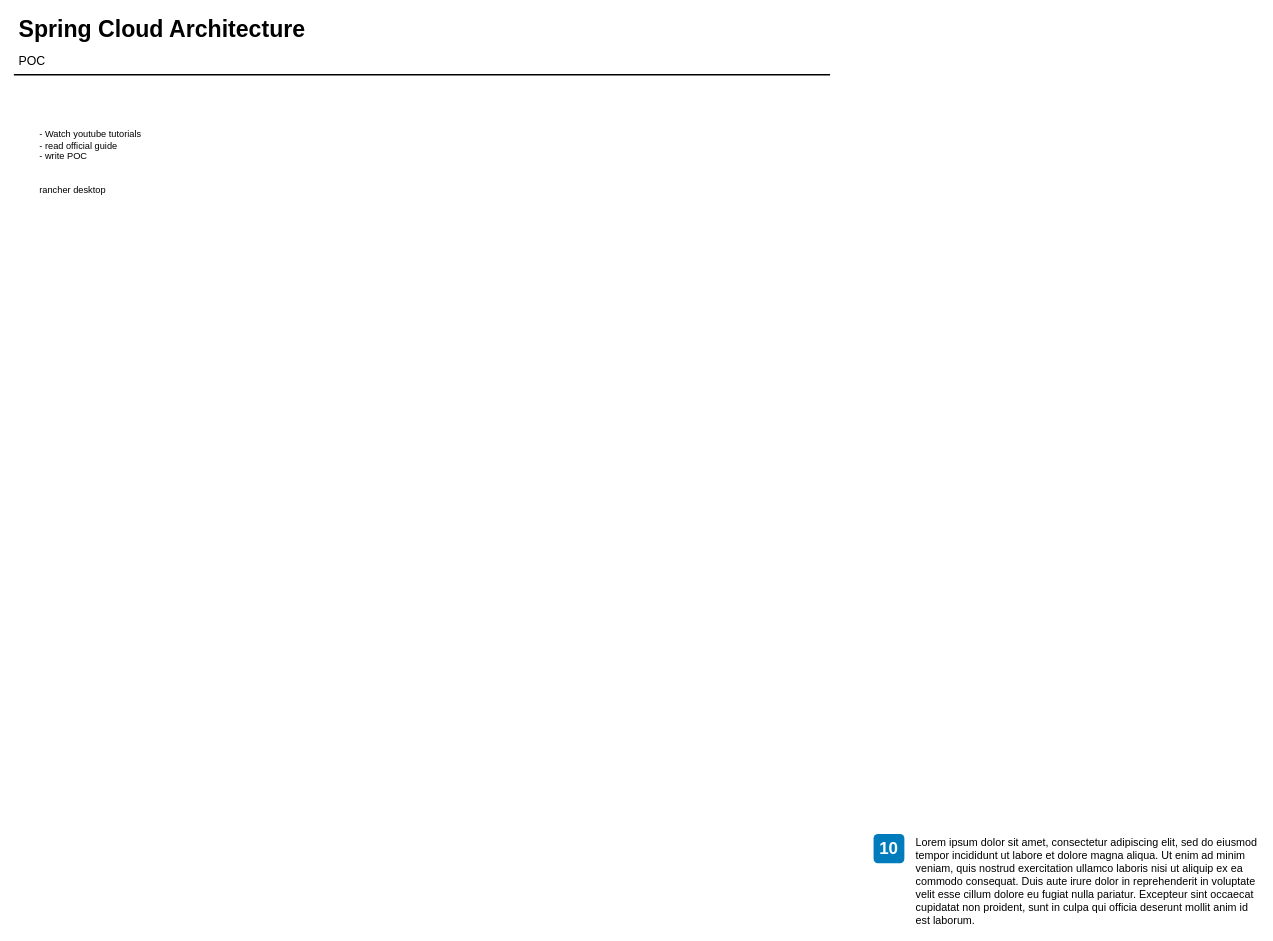
This is Untitled Diagram.drawio from stefanbertos/spring-cloud, a draw.io file, before an edit. Source tidied: cells renumbered, new cells numbered last; positions are measured from the earlier drawing's top-left corner, leaving out a move shared by most shapes. Both pictures are drawn from the tidied source at 77%, with x=0, y=0 at pixel (13, 12).
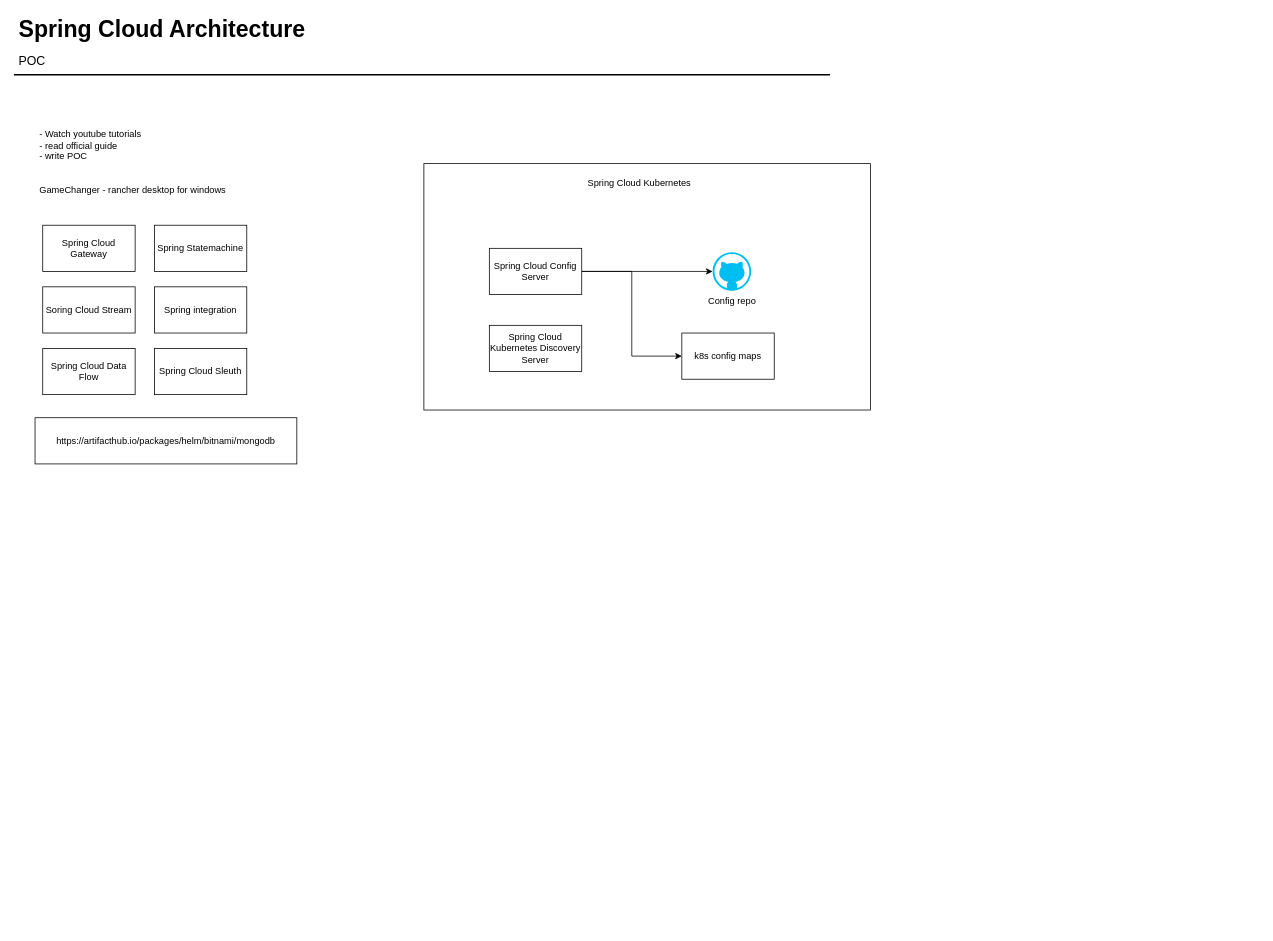
Above is the later version.

The edit, as a diff of the source:
```diff
@@
+    <mxCell id="8" style="rounded=0;whiteSpace=wrap;html=1;" parent="1" vertex="1">
+      <mxGeometry x="533" y="196" width="580" height="320" as="geometry" />
+    </mxCell>
@@
-    <mxCell id="5" value="10" style="rounded=1;whiteSpace=wrap;html=1;fillColor=#007CBD;strokeColor=none;fontColor=#FFFFFF;fontStyle=1;fontSize=22;labelBackgroundColor=none;" parent="1" vertex="1">
-      <mxGeometry x="1117" y="1066.5" width="40" height="38" as="geometry" />
-    </mxCell>
-    <mxCell id="6" value="&lt;span&gt;Lorem ipsum dolor sit amet, consectetur adipiscing elit, sed do eiusmod tempor incididunt ut labore et dolore magna aliqua. Ut enim ad minim veniam, quis nostrud exercitation ullamco laboris nisi ut aliquip ex ea commodo consequat. Duis aute irure dolor in reprehenderit in voluptate velit esse cillum dolore eu fugiat nulla pariatur. Excepteur sint occaecat cupidatat non proident, sunt in culpa qui officia deserunt mollit anim id est laborum.&lt;/span&gt;&lt;br&gt;" style="text;html=1;align=left;verticalAlign=top;spacingTop=-4;fontSize=14;labelBackgroundColor=none;whiteSpace=wrap;" parent="1" vertex="1">
-      <mxGeometry x="1169.5" y="1067" width="449" height="115" as="geometry" />
-    </mxCell>
-    <mxCell id="7" value="- Watch youtube tutorials&lt;div&gt;- read official guide&lt;/div&gt;&lt;div&gt;- write POC&lt;/div&gt;&lt;div&gt;&lt;br&gt;&lt;/div&gt;&lt;div&gt;&lt;br&gt;&lt;/div&gt;&lt;div&gt;rancher desktop&lt;br&gt;&lt;div&gt;&lt;br&gt;&lt;/div&gt;&lt;/div&gt;" style="text;strokeColor=none;fillColor=none;align=left;verticalAlign=middle;spacingLeft=4;spacingRight=4;overflow=hidden;whiteSpace=wrap;html=1;" parent="1" vertex="1">
-      <mxGeometry x="28" y="136" width="220" height="130" as="geometry" />
+    <mxCell id="7" value="- Watch youtube tutorials&lt;div&gt;- read official guide&lt;/div&gt;&lt;div&gt;- write POC&lt;/div&gt;&lt;div&gt;&lt;br&gt;&lt;/div&gt;&lt;div&gt;&lt;br&gt;&lt;/div&gt;&lt;div&gt;GameChanger - rancher desktop for windows&lt;br&gt;&lt;div&gt;&lt;br&gt;&lt;/div&gt;&lt;/div&gt;" style="text;strokeColor=none;fillColor=none;align=left;verticalAlign=middle;spacingLeft=4;spacingRight=4;overflow=hidden;whiteSpace=wrap;html=1;" parent="1" vertex="1">
+      <mxGeometry x="28" y="136" width="430" height="130" as="geometry" />
     </mxCell>
+    <mxCell id="9" style="edgeStyle=orthogonalEdgeStyle;rounded=0;jettySize=auto;html=1;entryX=0;entryY=0.5;entryDx=0;entryDy=0;" parent="1" edge="1" source="10" target="13">
+      <mxGeometry relative="1" as="geometry" />
+    </mxCell>
+    <mxCell id="10" value="Spring Cloud Config Server" style="rounded=0;whiteSpace=wrap;html=1;" parent="1" vertex="1">
+      <mxGeometry x="618" y="306" width="120" height="60" as="geometry" />
+    </mxCell>
+    <mxCell id="11" value="Config repo" style="verticalLabelPosition=bottom;html=1;verticalAlign=top;align=center;strokeColor=none;fillColor=#00BEF2;shape=mxgraph.azure.github_code;" parent="1" vertex="1">
+      <mxGeometry x="908" y="311" width="50" height="50" as="geometry" />
+    </mxCell>
+    <mxCell id="12" style="edgeStyle=orthogonalEdgeStyle;rounded=0;jettySize=auto;html=1;entryX=0;entryY=0.5;entryDx=0;entryDy=0;entryPerimeter=0;" parent="1" edge="1" source="10" target="11">
+      <mxGeometry relative="1" as="geometry" />
+    </mxCell>
+    <mxCell id="13" value="k8s config maps" style="rounded=0;whiteSpace=wrap;html=1;" parent="1" vertex="1">
+      <mxGeometry x="868" y="416" width="120" height="60" as="geometry" />
+    </mxCell>
+    <mxCell id="14" value="Spring Cloud Kubernetes Discovery Server" style="rounded=0;whiteSpace=wrap;html=1;" parent="1" vertex="1">
+      <mxGeometry x="618" y="406" width="120" height="60" as="geometry" />
+    </mxCell>
+    <mxCell id="15" value="Spring Cloud Sleuth" style="rounded=0;whiteSpace=wrap;html=1;" parent="1" vertex="1">
+      <mxGeometry x="183" y="436" width="120" height="60" as="geometry" />
+    </mxCell>
+    <mxCell id="16" value="Spring Cloud Gateway" style="rounded=0;whiteSpace=wrap;html=1;" parent="1" vertex="1">
+      <mxGeometry x="38" y="276" width="120" height="60" as="geometry" />
+    </mxCell>
+    <mxCell id="17" value="Soring Cloud Stream" style="rounded=0;whiteSpace=wrap;html=1;" parent="1" vertex="1">
+      <mxGeometry x="38" y="356" width="120" height="60" as="geometry" />
+    </mxCell>
+    <mxCell id="18" value="Spring Cloud Data Flow" style="rounded=0;whiteSpace=wrap;html=1;" parent="1" vertex="1">
+      <mxGeometry x="38" y="436" width="120" height="60" as="geometry" />
+    </mxCell>
+    <mxCell id="19" value="Spring Statemachine" style="rounded=0;whiteSpace=wrap;html=1;" parent="1" vertex="1">
+      <mxGeometry x="183" y="276" width="120" height="60" as="geometry" />
+    </mxCell>
+    <mxCell id="20" value="Spring integration" style="rounded=0;whiteSpace=wrap;html=1;" parent="1" vertex="1">
+      <mxGeometry x="183" y="356" width="120" height="60" as="geometry" />
+    </mxCell>
+    <mxCell id="21" value="Spring Cloud Kubernetes" style="text;html=1;align=center;verticalAlign=middle;whiteSpace=wrap;rounded=0;" parent="1" vertex="1">
+      <mxGeometry x="728" y="206" width="170" height="30" as="geometry" />
+    </mxCell>
+    <mxCell id="22" value="https://artifacthub.io/packages/helm/bitnami/mongodb" style="rounded=0;whiteSpace=wrap;html=1;" parent="1" vertex="1">
+      <mxGeometry x="28" y="526" width="340" height="60" as="geometry" />
+    </mxCell>
```
